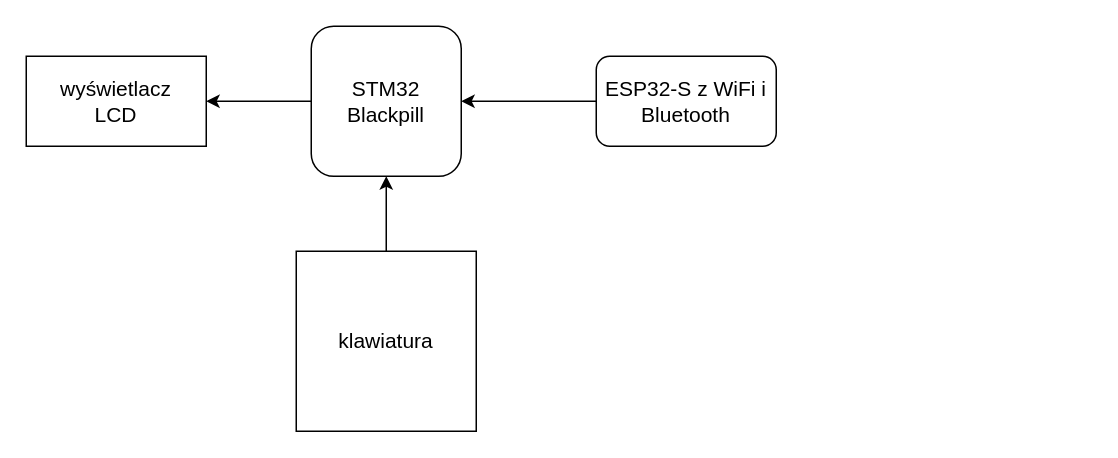
Before: diagrmas/investor_assistant.drawio in HubertBorzymek/investor_assistant, a draw.io diagram. Source tidied: cells renumbered, new cells numbered last; positions are measured from the earlier drawing's top-left corner, leaving out a move shared by most shapes. Both pictures are drawn from the tidied source at 150%, with x=0, y=0 at pixel (26, 26).
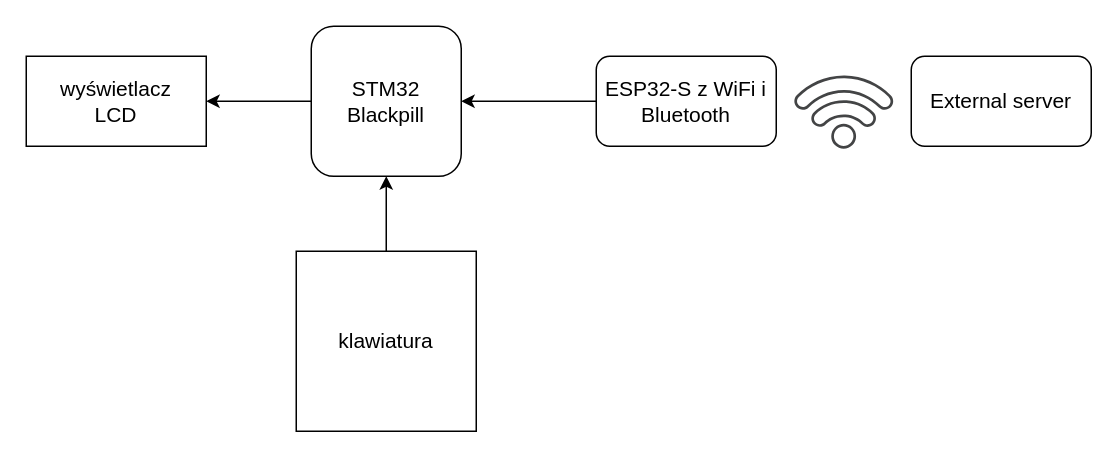
The same page after the edit.

The edit, as a diff of the source:
```diff
@@
 <mxGraphModel>
   <root>
     <mxCell id="0" />
     <mxCell id="1" parent="0" />
     <mxCell id="2" style="rounded=1;whiteSpace=wrap;html=1;" parent="1" vertex="1">
       <mxGeometry x="190" width="100" height="100" as="geometry" />
     </mxCell>
     <mxCell id="3" value="&lt;font style=&quot;font-size: 14px;&quot;&gt;STM32 Blackpill&lt;/font&gt;" style="text;html=1;align=center;verticalAlign=middle;whiteSpace=wrap;rounded=0;" parent="1" vertex="1">
       <mxGeometry x="200" y="35" width="80" height="30" as="geometry" />
     </mxCell>
     <mxCell id="4" style="rounded=1;whiteSpace=wrap;html=1;" parent="1" vertex="1">
       <mxGeometry x="380" y="20" width="120" height="60" as="geometry" />
     </mxCell>
     <mxCell id="5" style="rounded=0;whiteSpace=wrap;html=1;" parent="1" vertex="1">
       <mxGeometry y="20" width="120" height="60" as="geometry" />
     </mxCell>
     <mxCell id="6" value="&lt;font style=&quot;font-size: 14px;&quot;&gt;wyświetlacz LCD&lt;/font&gt;" style="text;html=1;align=center;verticalAlign=middle;whiteSpace=wrap;rounded=0;" parent="1" vertex="1">
       <mxGeometry x="30" y="35" width="60" height="30" as="geometry" />
     </mxCell>
     <mxCell id="7" style="rounded=0;whiteSpace=wrap;html=1;" parent="1" vertex="1">
       <mxGeometry x="180" y="150" width="120" height="120" as="geometry" />
     </mxCell>
     <mxCell id="8" value="&lt;font style=&quot;font-size: 14px;&quot;&gt;klawiatura&lt;/font&gt;" style="text;html=1;align=center;verticalAlign=middle;whiteSpace=wrap;rounded=0;" parent="1" vertex="1">
       <mxGeometry x="210" y="195" width="60" height="30" as="geometry" />
     </mxCell>
     <mxCell id="9" value="&lt;font style=&quot;font-size: 14px;&quot;&gt;ESP32-S z WiFi i Bluetooth&lt;/font&gt;" style="text;html=1;align=center;verticalAlign=middle;whiteSpace=wrap;rounded=0;" parent="1" vertex="1">
       <mxGeometry x="385" y="35" width="110" height="30" as="geometry" />
     </mxCell>
     <mxCell id="10" style="endArrow=classic;html=1;rounded=0;entryX=1;entryY=0.5;entryDx=0;entryDy=0;exitX=0;exitY=0.5;exitDx=0;exitDy=0;" parent="1" edge="1" source="2" target="5">
       <mxGeometry relative="1" as="geometry" />
     </mxCell>
     <mxCell id="11" style="endArrow=classic;html=1;rounded=0;entryX=0.5;entryY=1;entryDx=0;entryDy=0;exitX=0.5;exitY=0;exitDx=0;exitDy=0;" parent="1" edge="1" source="7" target="2">
       <mxGeometry relative="1" as="geometry" />
     </mxCell>
     <mxCell id="12" style="endArrow=classic;html=1;rounded=0;entryX=1;entryY=0.5;entryDx=0;entryDy=0;exitX=0;exitY=0.5;exitDx=0;exitDy=0;" parent="1" edge="1" source="4" target="2">
       <mxGeometry relative="1" as="geometry" />
     </mxCell>
+    <mxCell id="13" style="sketch=0;shadow=0;dashed=0;html=1;strokeColor=none;fillColor=#434445;labelPosition=center;verticalLabelPosition=bottom;verticalAlign=top;align=center;shape=mxgraph.vvd.wi_fi;rotation=-45;" parent="1" vertex="1">
+      <mxGeometry x="520" y="25" width="50" height="50" as="geometry" />
+    </mxCell>
+    <mxCell id="14" style="rounded=1;whiteSpace=wrap;html=1;" parent="1" vertex="1">
+      <mxGeometry x="590" y="20" width="120" height="60" as="geometry" />
+    </mxCell>
+    <mxCell id="15" value="&lt;font style=&quot;font-size: 14px;&quot;&gt;External server&lt;/font&gt;" style="text;html=1;align=center;verticalAlign=middle;whiteSpace=wrap;rounded=0;" parent="1" vertex="1">
+      <mxGeometry x="595" y="35" width="110" height="30" as="geometry" />
+    </mxCell>
   </root>
 </mxGraphModel>
```
